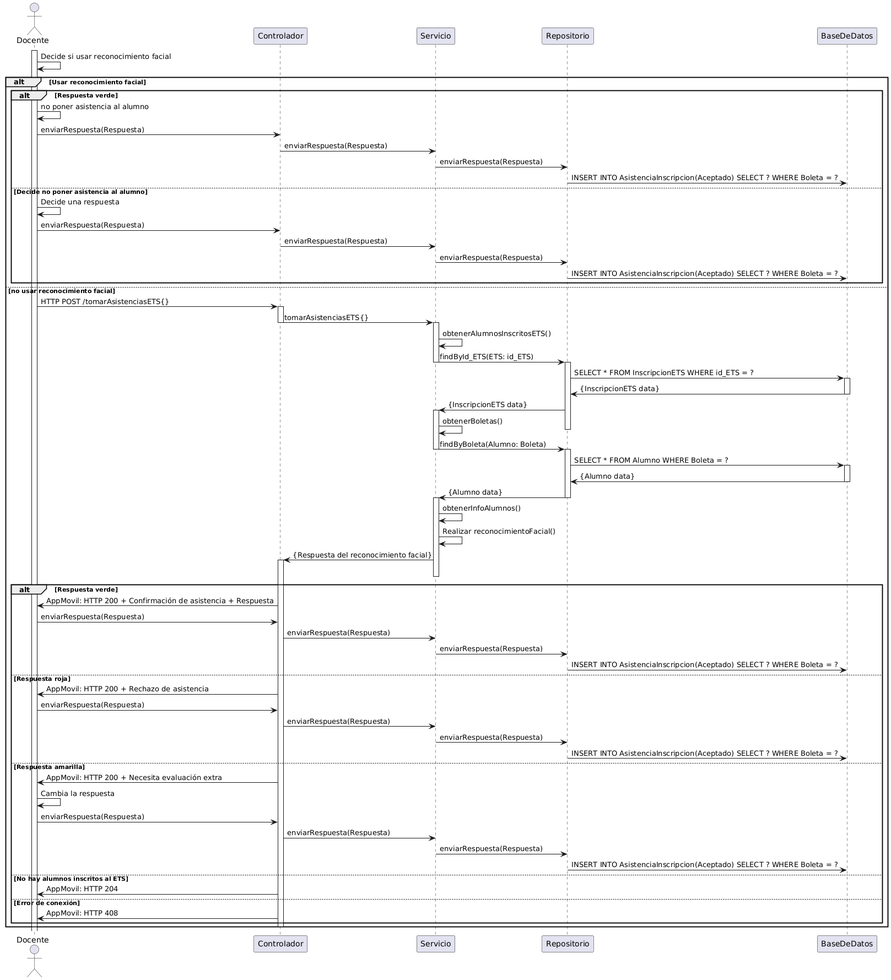
Jajr16/Documentacion-TT keeps this PlantUML diagram as Secuencia/CU-09.png. Above is the earlier version.
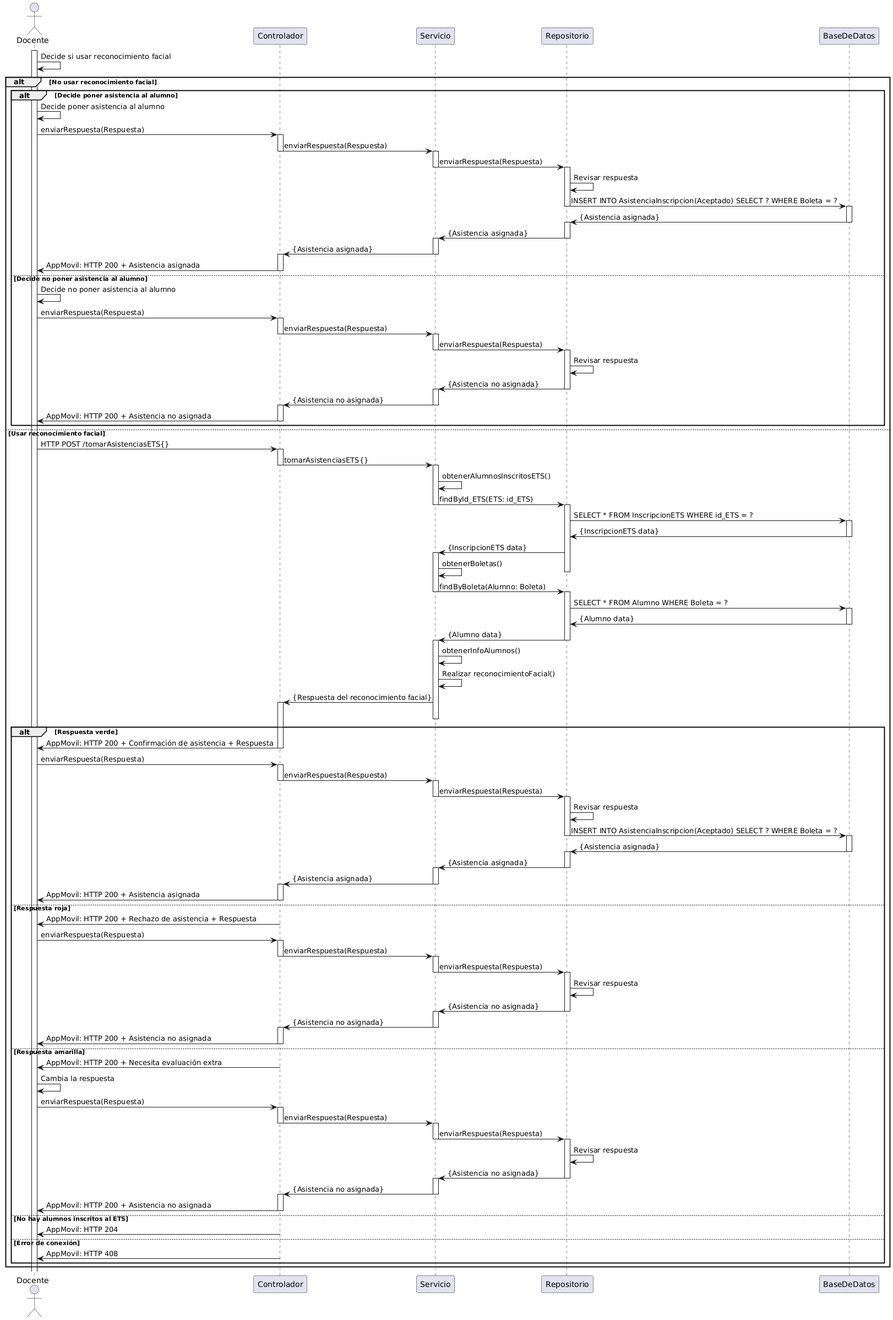
Later version of the same file.

The edit, as a diff of the source:
```diff
@@ -9,26 +9,58 @@
 
 AppMovil -> AppMovil: Decide si usar reconocimiento facial
 
-alt Usar reconocimiento facial
+alt No usar reconocimiento facial
 
-alt Respuesta verde
+alt Decide poner asistencia al alumno
 
-AppMovil -> AppMovil: no poner asistencia al alumno
+AppMovil -> AppMovil: Decide poner asistencia al alumno
 AppMovil -> Controlador: enviarRespuesta(Respuesta)
+Activate Controlador
 Controlador -> Servicio: enviarRespuesta(Respuesta)
+Deactivate Controlador
+Activate Servicio
 Servicio -> Repositorio: enviarRespuesta(Respuesta)
+Deactivate Servicio
+Activate Repositorio
+Repositorio -> Repositorio: Revisar respuesta
 Repositorio -> BD: INSERT INTO AsistenciaInscripcion(Aceptado) SELECT ? WHERE Boleta = ?
+Deactivate Repositorio
+Activate BD
+BD -> Repositorio: {Asistencia asignada}
+Deactivate BD
+Activate Repositorio
+Repositorio -> Servicio: {Asistencia asignada}
+Deactivate Repositorio
+Activate Servicio
+Servicio -> Controlador: {Asistencia asignada}
+Deactivate Servicio
+Activate Controlador
+Controlador -> AppMovil: AppMovil: HTTP 200 + Asistencia asignada
+Deactivate Controlador
 
 else Decide no poner asistencia al alumno
-AppMovil -> AppMovil: Decide una respuesta
+AppMovil -> AppMovil: Decide no poner asistencia al alumno
 AppMovil -> Controlador: enviarRespuesta(Respuesta)
+Activate Controlador
 Controlador -> Servicio: enviarRespuesta(Respuesta)
+Deactivate Controlador
+Activate Servicio
 Servicio -> Repositorio: enviarRespuesta(Respuesta)
-Repositorio -> BD: INSERT INTO AsistenciaInscripcion(Aceptado) SELECT ? WHERE Boleta = ?
+Deactivate Servicio
+Activate Repositorio
+Repositorio -> Repositorio: Revisar respuesta
+Repositorio -> Servicio: {Asistencia no asignada}
+Deactivate Repositorio
+Activate Servicio
+Servicio -> Controlador: {Asistencia no asignada}
+Deactivate Servicio
+Activate Controlador
+Controlador -> AppMovil: AppMovil: HTTP 200 + Asistencia no asignada
+Deactivate Controlador
 
 end
 
-else no usar reconocimiento facial
+else Usar reconocimiento facial
 
 AppMovil -> Controlador: HTTP POST /tomarAsistenciasETS{}
 
@@ -84,25 +116,71 @@
 alt Respuesta verde
 
 Controlador -> AppMovil: AppMovil: HTTP 200 + Confirmación de asistencia + Respuesta
+deactivate Controlador
 AppMovil -> Controlador: enviarRespuesta(Respuesta)
+Activate Controlador
 Controlador -> Servicio: enviarRespuesta(Respuesta)
+Deactivate Controlador
+Activate Servicio
 Servicio -> Repositorio: enviarRespuesta(Respuesta)
+Deactivate Servicio
+Activate Repositorio
+Repositorio -> Repositorio: Revisar respuesta
 Repositorio -> BD: INSERT INTO AsistenciaInscripcion(Aceptado) SELECT ? WHERE Boleta = ?
+Deactivate Repositorio
+Activate BD
+BD -> Repositorio: {Asistencia asignada}
+Deactivate BD
+Activate Repositorio
+Repositorio -> Servicio: {Asistencia asignada}
+Deactivate Repositorio
+Activate Servicio
+Servicio -> Controlador: {Asistencia asignada}
+Deactivate Servicio
+Activate Controlador
+Controlador -> AppMovil: AppMovil: HTTP 200 + Asistencia asignada
+Deactivate Controlador
 
 else Respuesta roja
-Controlador -> AppMovil: AppMovil: HTTP 200 + Rechazo de asistencia
+Controlador -> AppMovil: AppMovil: HTTP 200 + Rechazo de asistencia + Respuesta
 AppMovil -> Controlador: enviarRespuesta(Respuesta)
+Activate Controlador
 Controlador -> Servicio: enviarRespuesta(Respuesta)
+Deactivate Controlador
+Activate Servicio
 Servicio -> Repositorio: enviarRespuesta(Respuesta)
-Repositorio -> BD: INSERT INTO AsistenciaInscripcion(Aceptado) SELECT ? WHERE Boleta = ?
+Deactivate Servicio
+Activate Repositorio
+Repositorio -> Repositorio: Revisar respuesta
+Repositorio -> Servicio: {Asistencia no asignada}
+Deactivate Repositorio
+Activate Servicio
+Servicio -> Controlador: {Asistencia no asignada}
+Deactivate Servicio
+Activate Controlador
+Controlador -> AppMovil: AppMovil: HTTP 200 + Asistencia no asignada
+Deactivate Controlador
 
 else Respuesta amarilla
 Controlador -> AppMovil: AppMovil: HTTP 200 + Necesita evaluación extra
 AppMovil -> AppMovil: Cambia la respuesta
 AppMovil -> Controlador: enviarRespuesta(Respuesta)
+Activate Controlador
 Controlador -> Servicio: enviarRespuesta(Respuesta)
+Deactivate Controlador
+Activate Servicio
 Servicio -> Repositorio: enviarRespuesta(Respuesta)
-Repositorio -> BD: INSERT INTO AsistenciaInscripcion(Aceptado) SELECT ? WHERE Boleta = ?
+Deactivate Servicio
+Activate Repositorio
+Repositorio -> Repositorio: Revisar respuesta
+Repositorio -> Servicio: {Asistencia no asignada}
+Deactivate Repositorio
+Activate Servicio
+Servicio -> Controlador: {Asistencia no asignada}
+Deactivate Servicio
+Activate Controlador
+Controlador -> AppMovil: AppMovil: HTTP 200 + Asistencia no asignada
+Deactivate Controlador
 
 
 else No hay alumnos inscritos al ETS
```
